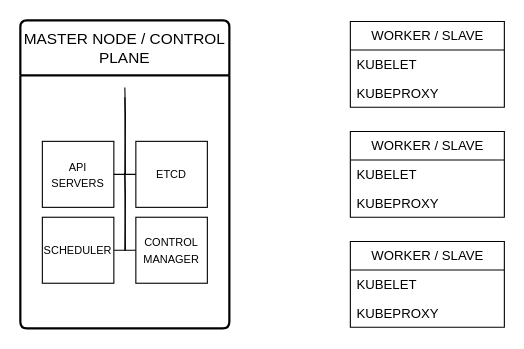
Earlier version of the draw.io diagram k8s.drawio (SaranKumar516/Diagrams). Source tidied: cells renumbered, new cells numbered last; positions are measured from the earlier drawing's top-left corner, leaving out a move shared by most shapes. Both pictures are drawn from the tidied source at 110%, with x=0, y=0 at pixel (20, 20).
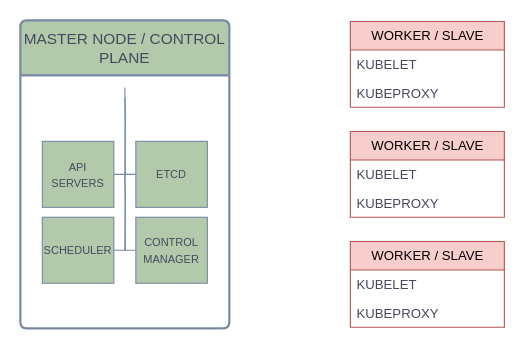
The same diagram, later.

Change to the diagram source:
```diff
@@
-    <mxCell id="2" value="WORKER / SLAVE" style="swimlane;fontStyle=0;horizontal=1;startSize=26;fillColor=none;html=1;" parent="1" vertex="1">
+    <mxCell id="2" value="WORKER / SLAVE" style="swimlane;fontStyle=0;horizontal=1;startSize=26;fillColor=#f8cecc;html=1;labelBackgroundColor=none;strokeColor=#b85450;" parent="1" vertex="1">
       <mxGeometry x="300" y="1" width="140" height="78" as="geometry" />
     </mxCell>
-    <mxCell id="3" value="KUBELET" style="text;strokeColor=none;fillColor=none;align=left;verticalAlign=top;spacingLeft=4;spacingRight=4;overflow=hidden;whiteSpace=wrap;html=1;" parent="2" vertex="1">
+    <mxCell id="3" value="KUBELET" style="text;strokeColor=none;fillColor=none;align=left;verticalAlign=top;spacingLeft=4;spacingRight=4;overflow=hidden;whiteSpace=wrap;html=1;labelBackgroundColor=none;fontColor=#46495D;" parent="2" vertex="1">
       <mxGeometry y="26" width="140" height="26" as="geometry" />
     </mxCell>
-    <mxCell id="4" value="KUBEPROXY" style="text;strokeColor=none;fillColor=none;align=left;verticalAlign=top;spacingLeft=4;spacingRight=4;overflow=hidden;whiteSpace=wrap;html=1;" parent="2" vertex="1">
+    <mxCell id="4" value="KUBEPROXY" style="text;strokeColor=none;fillColor=none;align=left;verticalAlign=top;spacingLeft=4;spacingRight=4;overflow=hidden;whiteSpace=wrap;html=1;labelBackgroundColor=none;fontColor=#46495D;" parent="2" vertex="1">
       <mxGeometry y="52" width="140" height="26" as="geometry" />
     </mxCell>
-    <mxCell id="5" value="WORKER / SLAVE" style="swimlane;fontStyle=0;horizontal=1;startSize=26;fillColor=none;html=1;" parent="1" vertex="1">
+    <mxCell id="5" value="WORKER / SLAVE" style="swimlane;fontStyle=0;horizontal=1;startSize=26;fillColor=#f8cecc;html=1;labelBackgroundColor=none;strokeColor=#b85450;" parent="1" vertex="1">
       <mxGeometry x="300" y="101" width="140" height="78" as="geometry" />
     </mxCell>
-    <mxCell id="6" value="KUBELET" style="text;strokeColor=none;fillColor=none;align=left;verticalAlign=top;spacingLeft=4;spacingRight=4;overflow=hidden;whiteSpace=wrap;html=1;" parent="5" vertex="1">
+    <mxCell id="6" value="KUBELET" style="text;strokeColor=none;fillColor=none;align=left;verticalAlign=top;spacingLeft=4;spacingRight=4;overflow=hidden;whiteSpace=wrap;html=1;labelBackgroundColor=none;fontColor=#46495D;" parent="5" vertex="1">
       <mxGeometry y="26" width="140" height="26" as="geometry" />
     </mxCell>
-    <mxCell id="7" value="KUBEPROXY" style="text;strokeColor=none;fillColor=none;align=left;verticalAlign=top;spacingLeft=4;spacingRight=4;overflow=hidden;whiteSpace=wrap;html=1;" parent="5" vertex="1">
+    <mxCell id="7" value="KUBEPROXY" style="text;strokeColor=none;fillColor=none;align=left;verticalAlign=top;spacingLeft=4;spacingRight=4;overflow=hidden;whiteSpace=wrap;html=1;labelBackgroundColor=none;fontColor=#46495D;" parent="5" vertex="1">
       <mxGeometry y="52" width="140" height="26" as="geometry" />
     </mxCell>
-    <mxCell id="8" value="WORKER / SLAVE" style="swimlane;fontStyle=0;horizontal=1;startSize=26;fillColor=none;html=1;" parent="1" vertex="1">
+    <mxCell id="8" value="WORKER / SLAVE" style="swimlane;fontStyle=0;horizontal=1;startSize=26;fillColor=#f8cecc;html=1;labelBackgroundColor=none;strokeColor=#b85450;" parent="1" vertex="1">
       <mxGeometry x="300" y="201" width="140" height="78" as="geometry" />
     </mxCell>
-    <mxCell id="9" value="KUBELET" style="text;strokeColor=none;fillColor=none;align=left;verticalAlign=top;spacingLeft=4;spacingRight=4;overflow=hidden;whiteSpace=wrap;html=1;" parent="8" vertex="1">
+    <mxCell id="9" value="KUBELET" style="text;strokeColor=none;fillColor=none;align=left;verticalAlign=top;spacingLeft=4;spacingRight=4;overflow=hidden;whiteSpace=wrap;html=1;labelBackgroundColor=none;fontColor=#46495D;" parent="8" vertex="1">
       <mxGeometry y="26" width="140" height="26" as="geometry" />
     </mxCell>
-    <mxCell id="10" value="KUBEPROXY" style="text;strokeColor=none;fillColor=none;align=left;verticalAlign=top;spacingLeft=4;spacingRight=4;overflow=hidden;whiteSpace=wrap;html=1;" parent="8" vertex="1">
+    <mxCell id="10" value="KUBEPROXY" style="text;strokeColor=none;fillColor=none;align=left;verticalAlign=top;spacingLeft=4;spacingRight=4;overflow=hidden;whiteSpace=wrap;html=1;labelBackgroundColor=none;fontColor=#46495D;" parent="8" vertex="1">
       <mxGeometry y="52" width="140" height="26" as="geometry" />
     </mxCell>
-    <mxCell id="11" value="MASTER NODE / CONTROL PLANE" style="swimlane;horizontal=1;startSize=50;rounded=1;fontSize=14;fontStyle=0;strokeWidth=2;shadow=0;dashed=0;align=center;arcSize=4;whiteSpace=wrap;html=1;" parent="1" vertex="1">
+    <mxCell id="11" value="MASTER NODE / CONTROL PLANE" style="swimlane;horizontal=1;startSize=50;rounded=1;fontSize=14;fontStyle=0;strokeWidth=2;shadow=0;dashed=0;align=center;arcSize=4;whiteSpace=wrap;html=1;labelBackgroundColor=none;fillColor=#B2C9AB;strokeColor=#788AA3;fontColor=#46495D;" parent="1" vertex="1">
       <mxGeometry width="190" height="280" as="geometry" />
     </mxCell>
-    <mxCell id="12" style="edgeStyle=orthogonalEdgeStyle;sourcePerimeterSpacing=0;targetPerimeterSpacing=0;startArrow=none;endArrow=none;rounded=0;targetPortConstraint=eastwest;sourcePortConstraint=northsouth;curved=0;rounded=0;fontSize=12;startSize=8;endSize=8;" parent="1" edge="1" target="14">
+    <mxCell id="12" style="edgeStyle=orthogonalEdgeStyle;sourcePerimeterSpacing=0;targetPerimeterSpacing=0;startArrow=none;endArrow=none;rounded=0;targetPortConstraint=eastwest;sourcePortConstraint=northsouth;curved=0;rounded=0;fontSize=12;startSize=8;endSize=8;labelBackgroundColor=none;strokeColor=#788AA3;fontColor=default;" parent="1" edge="1" target="14">
       <mxGeometry relative="1" as="geometry">
         <mxPoint x="95" y="70" as="sourcePoint" />
       </mxGeometry>
     </mxCell>
-    <mxCell id="13" style="edgeStyle=orthogonalEdgeStyle;sourcePerimeterSpacing=0;targetPerimeterSpacing=0;startArrow=none;endArrow=none;rounded=0;targetPortConstraint=eastwest;sourcePortConstraint=northsouth;curved=0;rounded=0;fontSize=12;startSize=8;endSize=8;" parent="1" edge="1" target="15">
+    <mxCell id="13" style="edgeStyle=orthogonalEdgeStyle;sourcePerimeterSpacing=0;targetPerimeterSpacing=0;startArrow=none;endArrow=none;rounded=0;targetPortConstraint=eastwest;sourcePortConstraint=northsouth;curved=0;rounded=0;fontSize=12;startSize=8;endSize=8;labelBackgroundColor=none;strokeColor=#788AA3;fontColor=default;" parent="1" edge="1" target="15">
       <mxGeometry relative="1" as="geometry">
         <mxPoint x="95" y="61" as="sourcePoint" />
       </mxGeometry>
     </mxCell>
-    <mxCell id="14" value="&lt;font style=&quot;font-size: 10px;&quot;&gt;API SERVERS&lt;/font&gt;" style="whiteSpace=wrap;html=1;align=center;verticalAlign=middle;" parent="1" vertex="1">
+    <mxCell id="14" value="&lt;font style=&quot;font-size: 10px;&quot;&gt;API SERVERS&lt;/font&gt;" style="whiteSpace=wrap;html=1;align=center;verticalAlign=middle;labelBackgroundColor=none;fillColor=#B2C9AB;strokeColor=#788AA3;fontColor=#46495D;" parent="1" vertex="1">
       <mxGeometry x="20" y="110" width="65" height="60" as="geometry" />
     </mxCell>
-    <mxCell id="15" value="&lt;font style=&quot;font-size: 10px;&quot;&gt;ETCD&lt;/font&gt;" style="whiteSpace=wrap;html=1;align=center;verticalAlign=middle;" parent="1" vertex="1">
+    <mxCell id="15" value="&lt;font style=&quot;font-size: 10px;&quot;&gt;ETCD&lt;/font&gt;" style="whiteSpace=wrap;html=1;align=center;verticalAlign=middle;labelBackgroundColor=none;fillColor=#B2C9AB;strokeColor=#788AA3;fontColor=#46495D;" parent="1" vertex="1">
       <mxGeometry x="105" y="110" width="65" height="60" as="geometry" />
     </mxCell>
-    <mxCell id="16" style="edgeStyle=orthogonalEdgeStyle;sourcePerimeterSpacing=0;targetPerimeterSpacing=0;startArrow=none;endArrow=none;rounded=0;targetPortConstraint=eastwest;sourcePortConstraint=northsouth;curved=0;rounded=0;fontSize=12;startSize=8;endSize=8;" parent="1" edge="1" target="18">
+    <mxCell id="16" style="edgeStyle=orthogonalEdgeStyle;sourcePerimeterSpacing=0;targetPerimeterSpacing=0;startArrow=none;endArrow=none;rounded=0;targetPortConstraint=eastwest;sourcePortConstraint=northsouth;curved=0;rounded=0;fontSize=12;startSize=8;endSize=8;labelBackgroundColor=none;strokeColor=#788AA3;fontColor=default;" parent="1" edge="1" target="18">
       <mxGeometry relative="1" as="geometry">
         <mxPoint x="95" y="139" as="sourcePoint" />
       </mxGeometry>
     </mxCell>
-    <mxCell id="17" style="edgeStyle=orthogonalEdgeStyle;sourcePerimeterSpacing=0;targetPerimeterSpacing=0;startArrow=none;endArrow=none;rounded=0;targetPortConstraint=eastwest;sourcePortConstraint=northsouth;curved=0;rounded=0;fontSize=12;startSize=8;endSize=8;" parent="1" edge="1" target="19">
+    <mxCell id="17" style="edgeStyle=orthogonalEdgeStyle;sourcePerimeterSpacing=0;targetPerimeterSpacing=0;startArrow=none;endArrow=none;rounded=0;targetPortConstraint=eastwest;sourcePortConstraint=northsouth;curved=0;rounded=0;fontSize=12;startSize=8;endSize=8;labelBackgroundColor=none;strokeColor=#788AA3;fontColor=default;" parent="1" edge="1" target="19">
       <mxGeometry relative="1" as="geometry">
         <mxPoint x="95" y="139" as="sourcePoint" />
       </mxGeometry>
     </mxCell>
-    <mxCell id="18" value="&lt;p style=&quot;line-height: 120%;&quot;&gt;&lt;font style=&quot;font-size: 10px;&quot;&gt;SCHEDULER&lt;/font&gt;&lt;/p&gt;" style="whiteSpace=wrap;html=1;align=center;verticalAlign=middle;" parent="1" vertex="1">
+    <mxCell id="18" value="&lt;p style=&quot;line-height: 120%;&quot;&gt;&lt;font style=&quot;font-size: 10px;&quot;&gt;SCHEDULER&lt;/font&gt;&lt;/p&gt;" style="whiteSpace=wrap;html=1;align=center;verticalAlign=middle;labelBackgroundColor=none;fillColor=#B2C9AB;strokeColor=#788AA3;fontColor=#46495D;" parent="1" vertex="1">
       <mxGeometry x="20" y="179" width="65" height="60" as="geometry" />
     </mxCell>
-    <mxCell id="19" value="&lt;font style=&quot;font-size: 10px;&quot;&gt;CONTROL MANAGER&lt;/font&gt;" style="whiteSpace=wrap;html=1;align=center;verticalAlign=middle;" parent="1" vertex="1">
+    <mxCell id="19" value="&lt;font style=&quot;font-size: 10px;&quot;&gt;CONTROL MANAGER&lt;/font&gt;" style="whiteSpace=wrap;html=1;align=center;verticalAlign=middle;labelBackgroundColor=none;fillColor=#B2C9AB;strokeColor=#788AA3;fontColor=#46495D;" parent="1" vertex="1">
       <mxGeometry x="105" y="179" width="65" height="60" as="geometry" />
     </mxCell>
```
